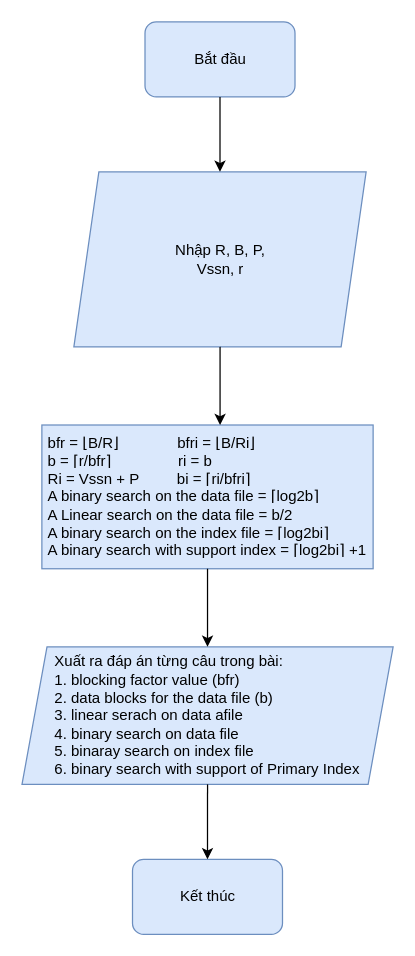
Above: Nam3_HK1/CSDL_SQL_Plus/Baitap/!TieuLuan/Primary Index.drawio in EdgarIgnite16/SGU-Course (draw.io), before the change. Source tidied: cells renumbered, new cells numbered last; positions are measured from the earlier drawing's top-left corner, leaving out a move shared by most shapes. Both pictures are drawn from the tidied source at 125%, with x=0, y=0 at pixel (21, 21).
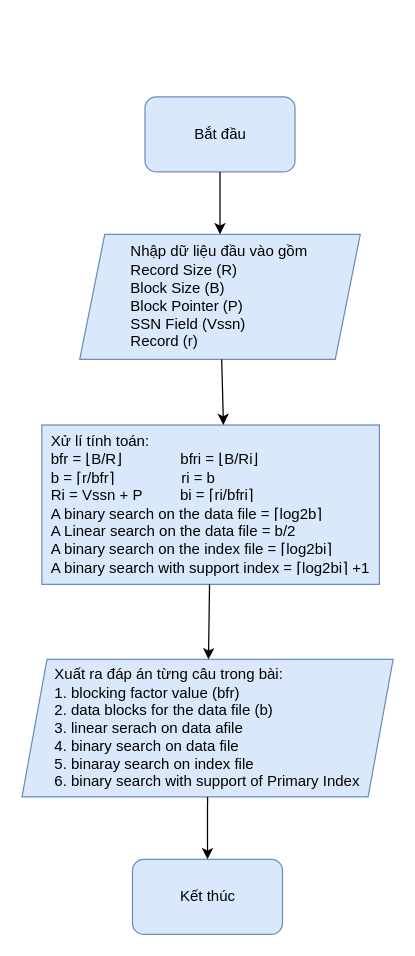
After the change.

The edit, as a diff of the source:
```diff
@@
 <mxGraphModel>
   <root>
     <mxCell id="0" />
     <mxCell id="1" parent="0" />
     <mxCell id="2" value="Bắt đầu" style="rounded=1;whiteSpace=wrap;html=1;fillColor=#dae8fc;strokeColor=#6c8ebf;" parent="1" vertex="1">
-      <mxGeometry x="98.5" width="120" height="60" as="geometry" />
+      <mxGeometry x="98.5" y="60" width="120" height="60" as="geometry" />
     </mxCell>
-    <mxCell id="3" value="Nhập R, B, P,&lt;br&gt;Vssn, r" style="shape=parallelogram;perimeter=parallelogramPerimeter;whiteSpace=wrap;html=1;fixedSize=1;fillColor=#dae8fc;strokeColor=#6c8ebf;" parent="1" vertex="1">
-      <mxGeometry x="41.6" y="120" width="233.8" height="140" as="geometry" />
+    <mxCell id="3" value="&lt;div style=&quot;text-align: justify&quot;&gt;&lt;span&gt;Nhập dữ liệu đầu vào gồm&lt;/span&gt;&lt;/div&gt;&lt;div style=&quot;text-align: justify&quot;&gt;&lt;span&gt;Record Size (R)&amp;nbsp;&lt;/span&gt;&lt;/div&gt;&lt;div style=&quot;text-align: justify&quot;&gt;&lt;span&gt;Block Size (B)&lt;/span&gt;&lt;/div&gt;&lt;div style=&quot;text-align: justify&quot;&gt;&lt;span&gt;Block Pointer (P)&lt;/span&gt;&lt;/div&gt;&lt;div style=&quot;text-align: justify&quot;&gt;&lt;span&gt;SSN Field (Vssn)&lt;/span&gt;&lt;/div&gt;&lt;div style=&quot;text-align: justify&quot;&gt;&lt;span&gt;Record (r)&lt;/span&gt;&lt;/div&gt;" style="shape=parallelogram;perimeter=parallelogramPerimeter;whiteSpace=wrap;html=1;fixedSize=1;fillColor=#dae8fc;strokeColor=#6c8ebf;" parent="1" vertex="1">
+      <mxGeometry x="46.3" y="170" width="224.4" height="100" as="geometry" />
     </mxCell>
-    <mxCell id="4" value="&lt;div style=&quot;text-align: justify&quot;&gt;&lt;span&gt;bfr = ⌊B/R⌋&amp;nbsp;&amp;nbsp; &amp;nbsp; &amp;nbsp; &amp;nbsp; &amp;nbsp; &amp;nbsp; &amp;nbsp;bfri = ⌊B/Ri⌋&lt;/span&gt;&lt;br&gt;&lt;/div&gt;&lt;div style=&quot;text-align: justify&quot;&gt;&lt;span&gt;b = ⌈r/bfr⌉&amp;nbsp; &amp;nbsp; &amp;nbsp; &amp;nbsp; &amp;nbsp; &amp;nbsp; &amp;nbsp; &amp;nbsp; ri = b&lt;/span&gt;&lt;/div&gt;&lt;div style=&quot;text-align: justify&quot;&gt;&lt;span&gt;Ri = Vssn + P&amp;nbsp; &amp;nbsp; &amp;nbsp; &amp;nbsp; &amp;nbsp;bi = ⌈ri/bfri⌉&lt;/span&gt;&lt;/div&gt;&lt;div style=&quot;text-align: justify&quot;&gt;&lt;span&gt;A binary search on the data file = ⌈log2b⌉&lt;/span&gt;&lt;/div&gt;&lt;div style=&quot;text-align: justify&quot;&gt;&lt;span&gt;A Linear search on the data file = b/2&lt;/span&gt;&lt;/div&gt;&lt;div style=&quot;text-align: justify&quot;&gt;&lt;span&gt;A binary search on the index file = ⌈log2bi⌉&lt;/span&gt;&lt;/div&gt;&lt;div style=&quot;text-align: justify&quot;&gt;&lt;span&gt;A binary search with support index = ⌈log2bi⌉ +1&lt;/span&gt;&lt;/div&gt;" style="rounded=0;whiteSpace=wrap;html=1;fillColor=#dae8fc;strokeColor=#6c8ebf;" parent="1" vertex="1">
-      <mxGeometry x="16" y="322.5" width="265" height="115" as="geometry" />
+    <mxCell id="4" value="&lt;div style=&quot;text-align: justify&quot;&gt;Xử lí tính toán:&amp;nbsp;&lt;/div&gt;&lt;div style=&quot;text-align: justify&quot;&gt;&lt;span&gt;bfr = ⌊B/R⌋&amp;nbsp;&amp;nbsp; &amp;nbsp; &amp;nbsp; &amp;nbsp; &amp;nbsp; &amp;nbsp; &amp;nbsp;bfri = ⌊B/Ri⌋&lt;/span&gt;&lt;br&gt;&lt;/div&gt;&lt;div style=&quot;text-align: justify&quot;&gt;&lt;span&gt;b = ⌈r/bfr⌉&amp;nbsp; &amp;nbsp; &amp;nbsp; &amp;nbsp; &amp;nbsp; &amp;nbsp; &amp;nbsp; &amp;nbsp; ri = b&lt;/span&gt;&lt;/div&gt;&lt;div style=&quot;text-align: justify&quot;&gt;&lt;span&gt;Ri = Vssn + P&amp;nbsp; &amp;nbsp; &amp;nbsp; &amp;nbsp; &amp;nbsp;bi = ⌈ri/bfri⌉&lt;/span&gt;&lt;/div&gt;&lt;div style=&quot;text-align: justify&quot;&gt;&lt;span&gt;A binary search on the data file = ⌈log2b⌉&lt;/span&gt;&lt;/div&gt;&lt;div style=&quot;text-align: justify&quot;&gt;&lt;span&gt;A Linear search on the data file = b/2&lt;/span&gt;&lt;/div&gt;&lt;div style=&quot;text-align: justify&quot;&gt;&lt;span&gt;A binary search on the index file = ⌈log2bi⌉&lt;/span&gt;&lt;/div&gt;&lt;div style=&quot;text-align: justify&quot;&gt;&lt;span&gt;A binary search with support index = ⌈log2bi⌉ +1&lt;/span&gt;&lt;/div&gt;" style="rounded=0;whiteSpace=wrap;html=1;fillColor=#dae8fc;strokeColor=#6c8ebf;" parent="1" vertex="1">
+      <mxGeometry x="16" y="322.5" width="270" height="127.5" as="geometry" />
     </mxCell>
     <mxCell id="5" style="endArrow=classic;html=1;rounded=0;" parent="1" edge="1" source="2" target="3">
       <mxGeometry relative="1" as="geometry" />
     </mxCell>
     <mxCell id="6" style="endArrow=classic;html=1;rounded=0;entryX=0.538;entryY=0;entryDx=0;entryDy=0;entryPerimeter=0;" parent="1" edge="1" source="3" target="4">
       <mxGeometry relative="1" as="geometry" />
     </mxCell>
     <mxCell id="7" value="&lt;div style=&quot;text-align: justify&quot;&gt;&lt;span&gt;Xuất ra đáp án từng câu trong bài:&lt;/span&gt;&lt;/div&gt;&lt;div style=&quot;text-align: justify&quot;&gt;&lt;span&gt;1. blocking factor value (bfr)&lt;/span&gt;&lt;/div&gt;&lt;div style=&quot;text-align: justify&quot;&gt;&lt;span&gt;2. data blocks for the data file (b)&lt;/span&gt;&lt;/div&gt;&lt;div style=&quot;text-align: justify&quot;&gt;&lt;span&gt;3. linear serach on data afile&lt;/span&gt;&lt;/div&gt;&lt;div style=&quot;text-align: justify&quot;&gt;&lt;span&gt;4. binary search on data file&lt;/span&gt;&lt;/div&gt;&lt;div style=&quot;text-align: justify&quot;&gt;&lt;span&gt;5. binaray search on index file&lt;/span&gt;&lt;/div&gt;&lt;div style=&quot;text-align: justify&quot;&gt;&lt;span&gt;6. binary search with support of Primary Index&lt;/span&gt;&lt;/div&gt;" style="shape=parallelogram;perimeter=parallelogramPerimeter;whiteSpace=wrap;html=1;fixedSize=1;fillColor=#dae8fc;strokeColor=#6c8ebf;align=center;" parent="1" vertex="1">
-      <mxGeometry x="0.1" y="500" width="296.9" height="110" as="geometry" />
+      <mxGeometry x="0.1" y="510" width="296.9" height="110" as="geometry" />
     </mxCell>
     <mxCell id="8" style="endArrow=classic;html=1;rounded=0;" parent="1" edge="1" source="4" target="7">
       <mxGeometry relative="1" as="geometry" />
     </mxCell>
     <mxCell id="9" value="Kết thúc" style="rounded=1;whiteSpace=wrap;html=1;fillColor=#dae8fc;strokeColor=#6c8ebf;" parent="1" vertex="1">
       <mxGeometry x="88.5" y="670" width="120" height="60" as="geometry" />
     </mxCell>
     <mxCell id="10" style="endArrow=classic;html=1;rounded=0;" parent="1" edge="1" source="7" target="9">
       <mxGeometry relative="1" as="geometry" />
     </mxCell>
   </root>
 </mxGraphModel>
```
